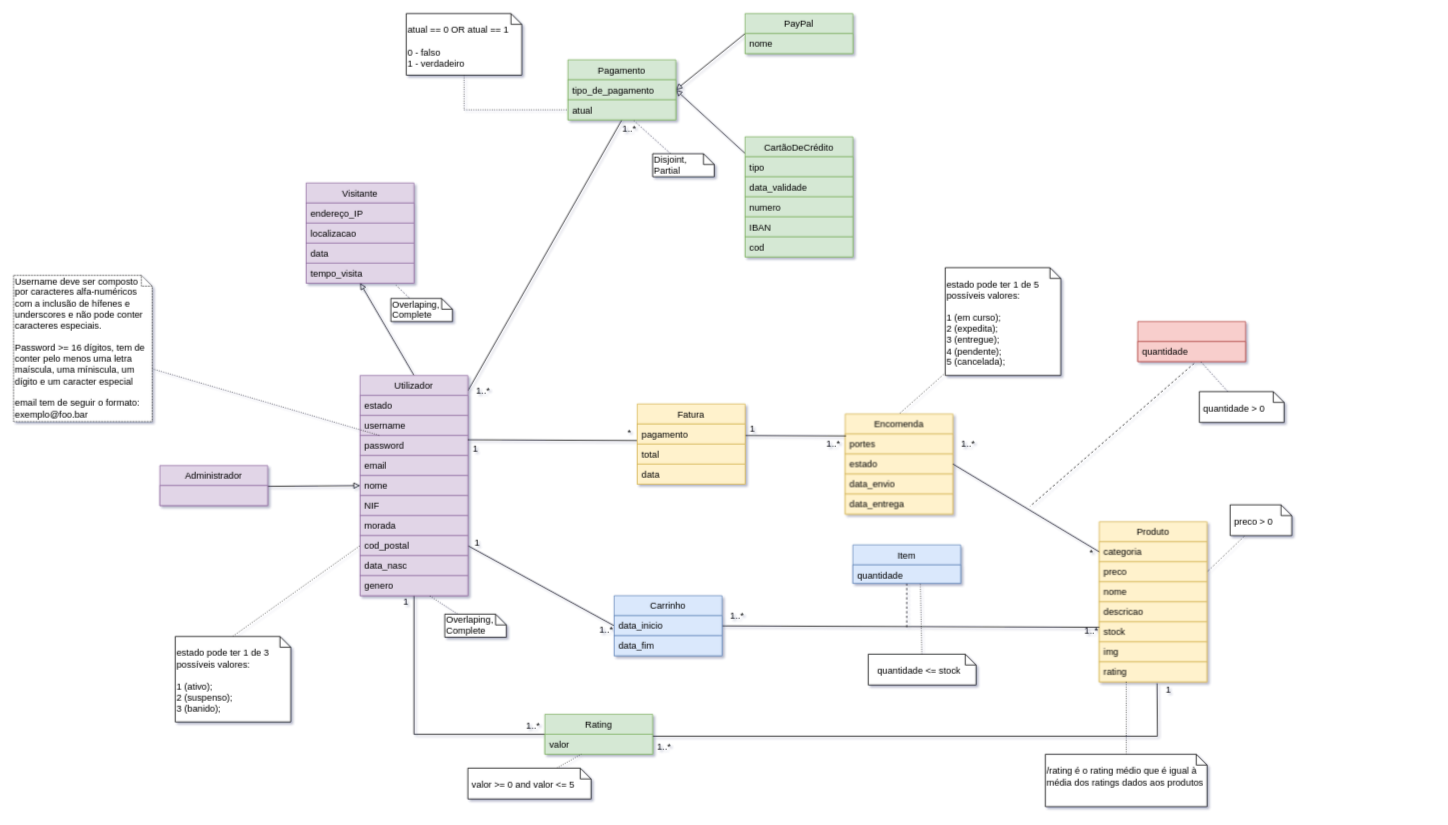
The draw.io diagram page "Page-1" (1 of 2) of BDAD_Modelo_Conceptual.drawio in TiagoLimaRocha/FEUP--BDAD-Projeto-19-20, before the edit. Source tidied: cells renumbered, new cells numbered last; positions are measured from the earlier drawing's top-left corner, leaving out a move shared by most shapes. Both pictures are drawn from the tidied source at 77%, with x=0, y=0 at pixel (13, 13).
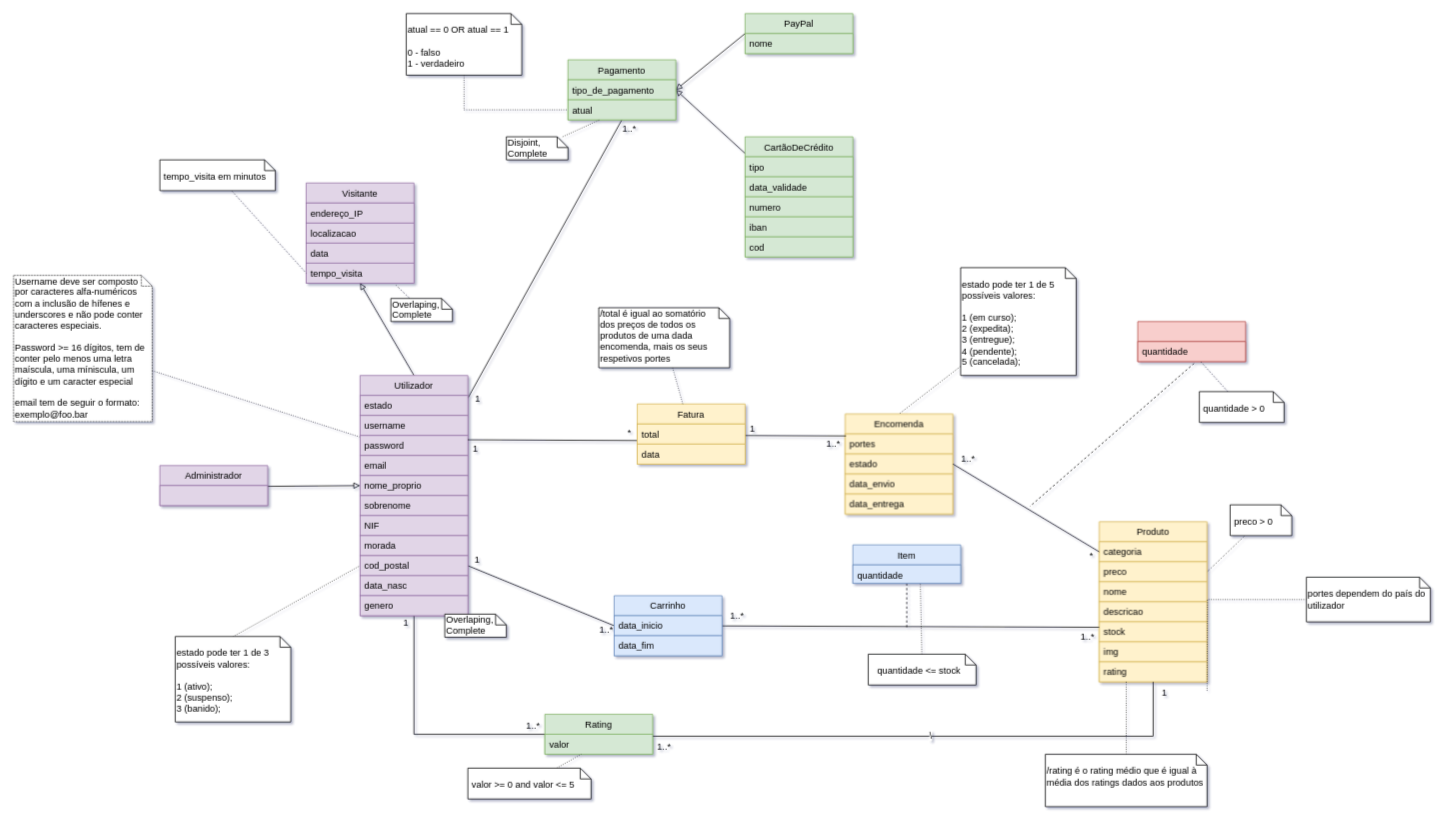
Above is the later version.

Unchanged cells that the change refers to:
```xml
<mxCell id="7" value="Produto" style="swimlane;fontStyle=0;horizontal=1;startSize=26;fillColor=#fff2cc;strokeColor=#d6b656;" parent="1" vertex="1">
  <mxGeometry x="1410" y="660" width="140" height="208" as="geometry" />
</mxCell>
<mxCell id="25" value="tempo_visita" style="text;strokeColor=#9673a6;fillColor=#e1d5e7;align=left;verticalAlign=top;spacingLeft=4;spacingRight=4;overflow=hidden;points=[[0,0.5],[1,0.5]];portConstraint=eastwest;" parent="21" vertex="1">
  <mxGeometry y="104" width="140" height="26" as="geometry" />
</mxCell>
<mxCell id="33" value="password" style="text;strokeColor=#9673a6;fillColor=#e1d5e7;align=left;verticalAlign=top;spacingLeft=4;spacingRight=4;overflow=hidden;points=[[0,0.5],[1,0.5]];portConstraint=eastwest;" parent="30" vertex="1">
  <mxGeometry y="78" width="140" height="26" as="geometry" />
</mxCell>
<mxCell id="53" value="valor" style="text;strokeColor=#82b366;fillColor=#d5e8d4;align=left;verticalAlign=top;spacingLeft=4;spacingRight=4;overflow=hidden;points=[[0,0.5],[1,0.5]];portConstraint=eastwest;" parent="52" vertex="1">
  <mxGeometry y="26" width="140" height="26" as="geometry" />
</mxCell>
<mxCell id="66" value="CartãoDeCrédito" style="swimlane;fontStyle=0;horizontal=1;startSize=26;fillColor=#d5e8d4;strokeColor=#82b366;" parent="1" vertex="1">
  <mxGeometry x="950" y="160" width="140" height="156" as="geometry" />
</mxCell>
<mxCell id="82" value="Username deve ser composto por caracteres alfa-numéricos com a inclusão de hífenes e underscores e não pode conter caracteres especiais.&lt;br&gt;&lt;br&gt;Password &amp;gt;= 16 dígitos, tem de conter pelo menos uma letra maíscula, uma míniscula, um dígito e um caracter especial&lt;br&gt;&lt;br&gt;email tem de seguir o formato:&lt;br&gt;exemplo@foo.bar" style="shape=note;whiteSpace=wrap;html=1;size=14;verticalAlign=top;align=left;spacingTop=-6;dashed=1;dashPattern=1 1;" parent="1" vertex="1">
  <mxGeometry y="340" width="180" height="190" as="geometry" />
</mxCell>
<mxCell id="97" value="Carrinho" style="swimlane;fontStyle=0;horizontal=1;startSize=26;fillColor=#dae8fc;strokeColor=#6c8ebf;" parent="1" vertex="1">
  <mxGeometry x="780" y="756" width="140" height="78" as="geometry" />
</mxCell>
```

Diff of the diagram source:
```diff
@@
     <mxCell id="19" value="1..*" style="text;html=1;strokeColor=none;fillColor=none;align=center;verticalAlign=middle;whiteSpace=wrap;rounded=0;" parent="1" vertex="1">
-      <mxGeometry x="1220" y="549" width="40" height="20" as="geometry" />
+      <mxGeometry x="1220" y="569" width="40" height="20" as="geometry" />
     </mxCell>
     <mxCell id="20" value="*" style="text;html=1;strokeColor=none;fillColor=none;align=center;verticalAlign=middle;whiteSpace=wrap;rounded=0;" parent="1" vertex="1">
-      <mxGeometry x="1385" y="690" width="30" height="20" as="geometry" />
+      <mxGeometry x="1385" y="690" width="30" height="30" as="geometry" />
     </mxCell>
@@
     <mxCell id="30" value="Utilizador" style="swimlane;fontStyle=0;horizontal=1;startSize=26;fillColor=#e1d5e7;strokeColor=#9673a6;" parent="1" vertex="1">
-      <mxGeometry x="450" y="470" width="140" height="286" as="geometry" />
+      <mxGeometry x="450" y="470" width="140" height="312" as="geometry" />
     </mxCell>
@@
-    <mxCell id="35" value="nome" style="text;strokeColor=#9673a6;fillColor=#e1d5e7;align=left;verticalAlign=top;spacingLeft=4;spacingRight=4;overflow=hidden;points=[[0,0.5],[1,0.5]];portConstraint=eastwest;" parent="30" vertex="1">
+    <mxCell id="35" value="nome_proprio" style="text;strokeColor=#9673a6;fillColor=#e1d5e7;align=left;verticalAlign=top;spacingLeft=4;spacingRight=4;overflow=hidden;points=[[0,0.5],[1,0.5]];portConstraint=eastwest;" parent="30" vertex="1">
       <mxGeometry y="130" width="140" height="26" as="geometry" />
     </mxCell>
+    <mxCell id="111" value="sobrenome" style="text;strokeColor=#9673a6;fillColor=#e1d5e7;align=left;verticalAlign=top;spacingLeft=4;spacingRight=4;overflow=hidden;" parent="30" vertex="1">
+      <mxGeometry y="156" width="140" height="26" as="geometry" />
+    </mxCell>
     <mxCell id="36" value="NIF" style="text;strokeColor=#9673a6;fillColor=#e1d5e7;align=left;verticalAlign=top;spacingLeft=4;spacingRight=4;overflow=hidden;" parent="30" vertex="1">
-      <mxGeometry y="156" width="140" height="26" as="geometry" />
+      <mxGeometry y="182" width="140" height="26" as="geometry" />
     </mxCell>
     <mxCell id="37" value="morada" style="text;strokeColor=#9673a6;fillColor=#e1d5e7;align=left;verticalAlign=top;spacingLeft=4;spacingRight=4;overflow=hidden;" parent="30" vertex="1">
-      <mxGeometry y="182" width="140" height="26" as="geometry" />
+      <mxGeometry y="208" width="140" height="26" as="geometry" />
     </mxCell>
     <mxCell id="38" value="cod_postal" style="text;strokeColor=#9673a6;fillColor=#e1d5e7;align=left;verticalAlign=top;spacingLeft=4;spacingRight=4;overflow=hidden;points=[[0,0.5],[1,0.5]];portConstraint=eastwest;" parent="30" vertex="1">
-      <mxGeometry y="208" width="140" height="26" as="geometry" />
+      <mxGeometry y="234" width="140" height="26" as="geometry" />
     </mxCell>
     <mxCell id="39" value="data_nasc" style="text;strokeColor=#9673a6;fillColor=#e1d5e7;align=left;verticalAlign=top;spacingLeft=4;spacingRight=4;overflow=hidden;" parent="30" vertex="1">
-      <mxGeometry y="234" width="140" height="26" as="geometry" />
+      <mxGeometry y="260" width="140" height="26" as="geometry" />
     </mxCell>
     <mxCell id="40" value="genero" style="text;strokeColor=#9673a6;fillColor=#e1d5e7;align=left;verticalAlign=top;spacingLeft=4;spacingRight=4;overflow=hidden;points=[[0,0.5],[1,0.5]];portConstraint=eastwest;" parent="30" vertex="1">
-      <mxGeometry y="260" width="140" height="26" as="geometry" />
+      <mxGeometry y="286" width="140" height="26" as="geometry" />
     </mxCell>
@@
-    <mxCell id="43" style="edgeStyle=none;rounded=0;jettySize=auto;html=1;startArrow=none;startFill=0;endArrow=none;endFill=0;exitX=-0.002;exitY=0.827;exitDx=0;exitDy=0;exitPerimeter=0;entryX=1;entryY=0.212;entryDx=0;entryDy=0;entryPerimeter=0;" parent="1" edge="1" source="106" target="33">
-      <mxGeometry relative="1" as="geometry" />
+    <mxCell id="43" style="edgeStyle=none;rounded=0;jettySize=auto;html=1;startArrow=none;startFill=0;endArrow=none;endFill=0;exitX=-0.002;exitY=0.827;exitDx=0;exitDy=0;exitPerimeter=0;entryX=1;entryY=0.212;entryDx=0;entryDy=0;entryPerimeter=0;" parent="1" edge="1" target="33">
+      <mxGeometry relative="1" as="geometry">
+        <mxPoint x="809.7" y="554.5" as="sourcePoint" />
+      </mxGeometry>
     </mxCell>
-    <mxCell id="44" value="1..*" style="text;html=1;strokeColor=none;fillColor=none;align=center;verticalAlign=middle;whiteSpace=wrap;rounded=0;" parent="1" vertex="1">
-      <mxGeometry x="1390" y="792" width="20" height="20" as="geometry" />
-    </mxCell>
@@
     <mxCell id="49" value="1" style="text;html=1;strokeColor=none;fillColor=none;align=center;verticalAlign=middle;whiteSpace=wrap;rounded=0;" parent="1" vertex="1">
-      <mxGeometry x="590" y="678" width="25" height="20" as="geometry" />
+      <mxGeometry x="590" y="700" width="25" height="20" as="geometry" />
     </mxCell>
@@
-    <mxCell id="54" style="edgeStyle=orthogonalEdgeStyle;rounded=0;jettySize=auto;html=1;startArrow=none;startFill=0;endArrow=none;endFill=0;exitX=1.004;exitY=0.096;exitDx=0;exitDy=0;exitPerimeter=0;" parent="1" edge="1" source="53">
-      <mxGeometry relative="1" as="geometry">
-        <mxPoint x="1485" y="870" as="targetPoint" />
-      </mxGeometry>
+    <mxCell id="54" value="\" style="edgeStyle=orthogonalEdgeStyle;rounded=0;jettySize=auto;html=1;startArrow=none;startFill=0;endArrow=none;endFill=0;exitX=1.004;exitY=0.096;exitDx=0;exitDy=0;exitPerimeter=0;entryX=0.5;entryY=1;entryDx=0;entryDy=0;" parent="1" edge="1" source="53" target="7">
+      <mxGeometry relative="1" as="geometry" />
     </mxCell>
-    <mxCell id="55" value="1" style="text;html=1;strokeColor=none;fillColor=none;align=center;verticalAlign=middle;whiteSpace=wrap;rounded=0;" parent="1" vertex="1">
-      <mxGeometry x="1480" y="868" width="40" height="22" as="geometry" />
-    </mxCell>
@@
     <mxCell id="58" value="1" style="text;html=1;strokeColor=none;fillColor=none;align=center;verticalAlign=middle;whiteSpace=wrap;rounded=0;" parent="1" vertex="1">
-      <mxGeometry x="500" y="756" width="20" height="16" as="geometry" />
+      <mxGeometry x="500" y="784" width="20" height="16" as="geometry" />
     </mxCell>
@@
-    <mxCell id="70" value="IBAN" style="text;strokeColor=#82b366;fillColor=#d5e8d4;align=left;verticalAlign=top;spacingLeft=4;spacingRight=4;overflow=hidden;" parent="66" vertex="1">
+    <mxCell id="70" value="iban" style="text;strokeColor=#82b366;fillColor=#d5e8d4;align=left;verticalAlign=top;spacingLeft=4;spacingRight=4;overflow=hidden;" parent="66" vertex="1">
       <mxGeometry y="104" width="140" height="26" as="geometry" />
     </mxCell>
@@
-    <mxCell id="73" value="1..*" style="text;html=1;strokeColor=none;fillColor=none;align=center;verticalAlign=middle;whiteSpace=wrap;rounded=0;" parent="1" vertex="1">
-      <mxGeometry x="590" y="480" width="40" height="20" as="geometry" />
+    <mxCell id="73" value="1" style="text;html=1;strokeColor=none;fillColor=none;align=center;verticalAlign=middle;whiteSpace=wrap;rounded=0;" parent="1" vertex="1">
+      <mxGeometry x="592.5" y="491" width="20" height="20" as="geometry" />
     </mxCell>
@@
-    <mxCell id="80" value="Disjoint, Partial" style="shape=note;whiteSpace=wrap;html=1;size=14;verticalAlign=top;align=left;spacingTop=-6;" parent="1" vertex="1">
-      <mxGeometry x="830" y="182" width="80" height="30" as="geometry" />
+    <mxCell id="80" value="Disjoint, Complete" style="shape=note;whiteSpace=wrap;html=1;size=14;verticalAlign=top;align=left;spacingTop=-6;" parent="1" vertex="1">
+      <mxGeometry x="640" y="160" width="80" height="30" as="geometry" />
     </mxCell>
-    <mxCell id="81" style="rounded=0;jettySize=auto;html=1;dashed=1;dashPattern=1 2;endArrow=none;endFill=0;" parent="1" edge="1" source="82" target="33">
+    <mxCell id="81" style="rounded=0;jettySize=auto;html=1;dashed=1;dashPattern=1 2;endArrow=none;endFill=0;entryX=-0.007;entryY=0.064;entryDx=0;entryDy=0;entryPerimeter=0;" parent="1" edge="1" source="82" target="33">
       <mxGeometry relative="1" as="geometry" />
     </mxCell>
@@
     <mxCell id="95" value="&lt;br&gt;estado pode ter 1 de 5 possíveis valores:&lt;br&gt;&lt;br&gt;1 (em curso);&lt;br&gt;2 (expedita);&lt;br&gt;3 (entregue);&amp;nbsp;&lt;br&gt;4 (pendente);&lt;br&gt;5 (cancelada);" style="shape=note;whiteSpace=wrap;html=1;size=14;verticalAlign=top;align=left;spacingTop=-6;" parent="1" vertex="1">
-      <mxGeometry x="1210" y="330" width="150" height="140" as="geometry" />
+      <mxGeometry x="1230" y="330" width="150" height="140" as="geometry" />
     </mxCell>
-    <mxCell id="96" style="edgeStyle=none;rounded=0;jettySize=auto;html=1;endArrow=none;endFill=0;entryX=1;entryY=0.25;entryDx=0;entryDy=0;" parent="1" edge="1" source="97" target="44">
-      <mxGeometry relative="1" as="geometry" />
+    <mxCell id="96" style="edgeStyle=none;rounded=0;jettySize=auto;html=1;endArrow=none;endFill=0;entryX=1;entryY=0.25;entryDx=0;entryDy=0;" parent="1" edge="1" source="97">
+      <mxGeometry relative="1" as="geometry">
+        <mxPoint x="1410" y="797" as="targetPoint" />
+      </mxGeometry>
     </mxCell>
@@
-    <mxCell id="101" value="Item" style="swimlane;fontStyle=0;horizontal=1;startSize=26;fillColor=#dae8fc;strokeColor=#6c8ebf;" parent="1" vertex="1">
-      <mxGeometry x="1090" y="690" width="140" height="50" as="geometry" />
-    </mxCell>
-    <mxCell id="102" value="quantidade" style="text;strokeColor=#6c8ebf;fillColor=#dae8fc;align=left;verticalAlign=top;spacingLeft=4;spacingRight=4;overflow=hidden;points=[[0,0.5],[1,0.5]];portConstraint=eastwest;" parent="101" vertex="1">
-      <mxGeometry y="26" width="140" height="24" as="geometry" />
-    </mxCell>
@@
     <mxCell id="105" value="Fatura" style="swimlane;fontStyle=0;horizontal=1;startSize=26;fillColor=#fff2cc;strokeColor=#d6b656;" parent="1" vertex="1">
-      <mxGeometry x="810" y="507" width="140" height="104" as="geometry" />
+      <mxGeometry x="810" y="507" width="140" height="78" as="geometry" />
     </mxCell>
-    <mxCell id="106" value="pagamento" style="text;strokeColor=#d6b656;fillColor=#fff2cc;align=left;verticalAlign=top;spacingLeft=4;spacingRight=4;overflow=hidden;points=[[0,0.5],[1,0.5]];portConstraint=eastwest;" parent="105" vertex="1">
-      <mxGeometry y="26" width="140" height="26" as="geometry" />
-    </mxCell>
     <mxCell id="107" value="total" style="text;strokeColor=#d6b656;fillColor=#fff2cc;align=left;verticalAlign=top;spacingLeft=4;spacingRight=4;overflow=hidden;" parent="105" vertex="1">
-      <mxGeometry y="52" width="140" height="26" as="geometry" />
+      <mxGeometry y="26" width="140" height="26" as="geometry" />
     </mxCell>
     <mxCell id="108" value="data" style="text;strokeColor=#d6b656;fillColor=#fff2cc;align=left;verticalAlign=top;spacingLeft=4;spacingRight=4;overflow=hidden;" parent="105" vertex="1">
-      <mxGeometry y="78" width="140" height="26" as="geometry" />
+      <mxGeometry y="52" width="140" height="26" as="geometry" />
     </mxCell>
@@
+    <mxCell id="112" style="rounded=0;jettySize=auto;html=1;entryX=0;entryY=0.5;entryDx=0;entryDy=0;endArrow=none;endFill=0;dashed=1;dashPattern=1 2;" parent="1" edge="1" source="113" target="25">
+      <mxGeometry relative="1" as="geometry" />
+    </mxCell>
+    <mxCell id="113" value="&lt;br&gt;&amp;nbsp;tempo_visita em minutos" style="shape=note;whiteSpace=wrap;html=1;size=14;verticalAlign=top;align=left;spacingTop=-6;" parent="1" vertex="1">
+      <mxGeometry x="190" y="190" width="150" height="40" as="geometry" />
+    </mxCell>
+    <mxCell id="44" value="1..*" style="text;html=1;strokeColor=none;fillColor=none;align=center;verticalAlign=middle;whiteSpace=wrap;rounded=0;" parent="1" vertex="1">
+      <mxGeometry x="1385" y="800" width="20" height="20" as="geometry" />
+    </mxCell>
+    <mxCell id="55" value="1" style="text;html=1;strokeColor=none;fillColor=none;align=center;verticalAlign=middle;whiteSpace=wrap;rounded=0;" parent="1" vertex="1">
+      <mxGeometry x="1480" y="872" width="30" height="22" as="geometry" />
+    </mxCell>
+    <mxCell id="114" style="rounded=0;jettySize=auto;html=1;endArrow=none;endFill=0;dashed=1;dashPattern=1 2;edgeStyle=orthogonalEdgeStyle;" parent="1" edge="1" source="115">
+      <mxGeometry relative="1" as="geometry">
+        <mxPoint x="1550" y="881" as="targetPoint" />
+      </mxGeometry>
+    </mxCell>
+    <mxCell id="115" value="&lt;br&gt;portes dependem do país do utilizador" style="shape=note;whiteSpace=wrap;html=1;size=14;verticalAlign=top;align=left;spacingTop=-6;" parent="1" vertex="1">
+      <mxGeometry x="1679" y="732" width="161" height="58" as="geometry" />
+    </mxCell>
+    <mxCell id="116" style="rounded=0;jettySize=auto;html=1;endArrow=none;endFill=0;dashed=1;dashPattern=1 2;" parent="1" edge="1" source="117" target="105">
+      <mxGeometry relative="1" as="geometry" />
+    </mxCell>
+    <mxCell id="117" value="/total é igual ao somatório&amp;nbsp;&lt;br&gt;dos preços de todos os produtos de uma dada encomenda, mais os seus respetivos portes" style="shape=note;whiteSpace=wrap;html=1;size=14;verticalAlign=top;align=left;spacingTop=-6;" parent="1" vertex="1">
+      <mxGeometry x="760" y="382" width="170" height="78" as="geometry" />
+    </mxCell>
+    <mxCell id="101" value="Item" style="swimlane;fontStyle=0;horizontal=1;startSize=26;fillColor=#dae8fc;strokeColor=#6c8ebf;" parent="1" vertex="1">
+      <mxGeometry x="1090" y="690" width="140" height="50" as="geometry" />
+    </mxCell>
+    <mxCell id="102" value="quantidade" style="text;strokeColor=#6c8ebf;fillColor=#dae8fc;align=left;verticalAlign=top;spacingLeft=4;spacingRight=4;overflow=hidden;points=[[0,0.5],[1,0.5]];portConstraint=eastwest;" parent="101" vertex="1">
+      <mxGeometry y="26" width="140" height="24" as="geometry" />
+    </mxCell>
```
